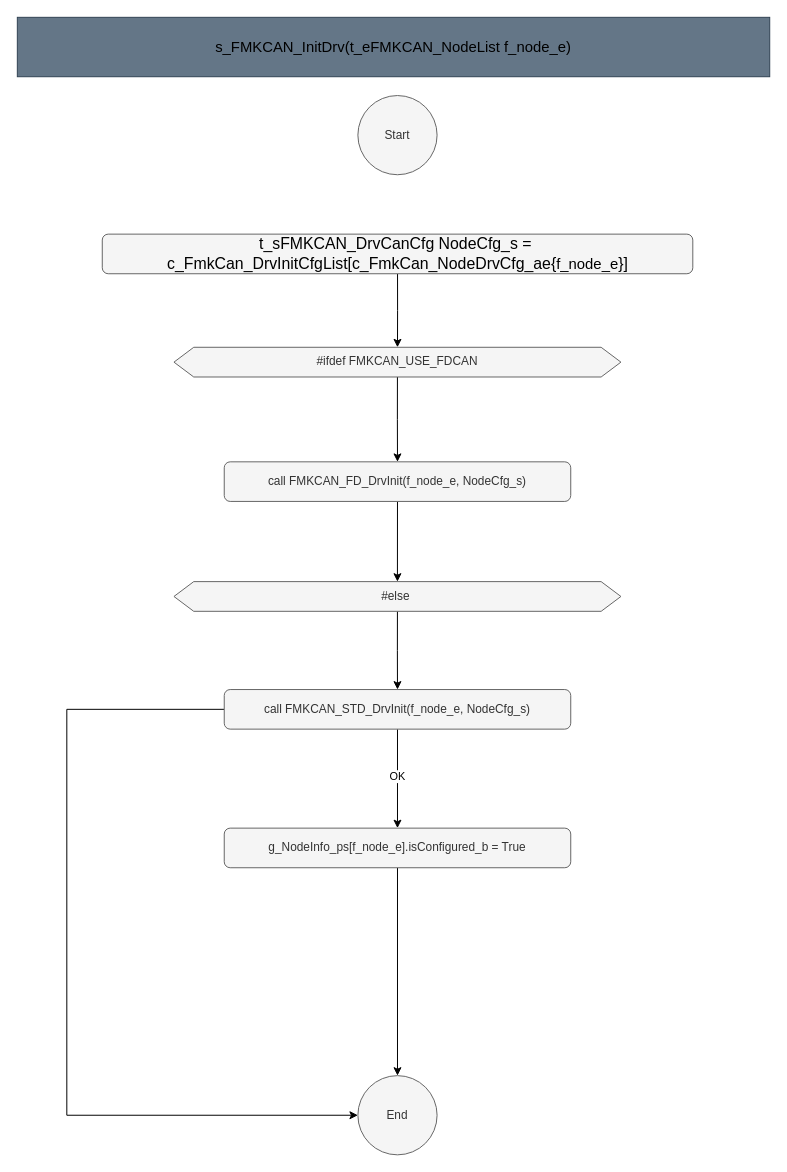
This is page "InitDrv" (5 of 15) of src/1_FMK/FMK_HAL/FMK_CAN/Doc/Architecture/FMK_CAN.drawio from mbarbeau0545/PickersRobotPOC, a draw.io file, before an edit. Source tidied: cells renumbered, new cells numbered last; positions are measured from the earlier drawing's top-left corner, leaving out a move shared by most shapes. Both pictures are drawn from the tidied source at 99%, with x=0, y=0 at pixel (17, 17).
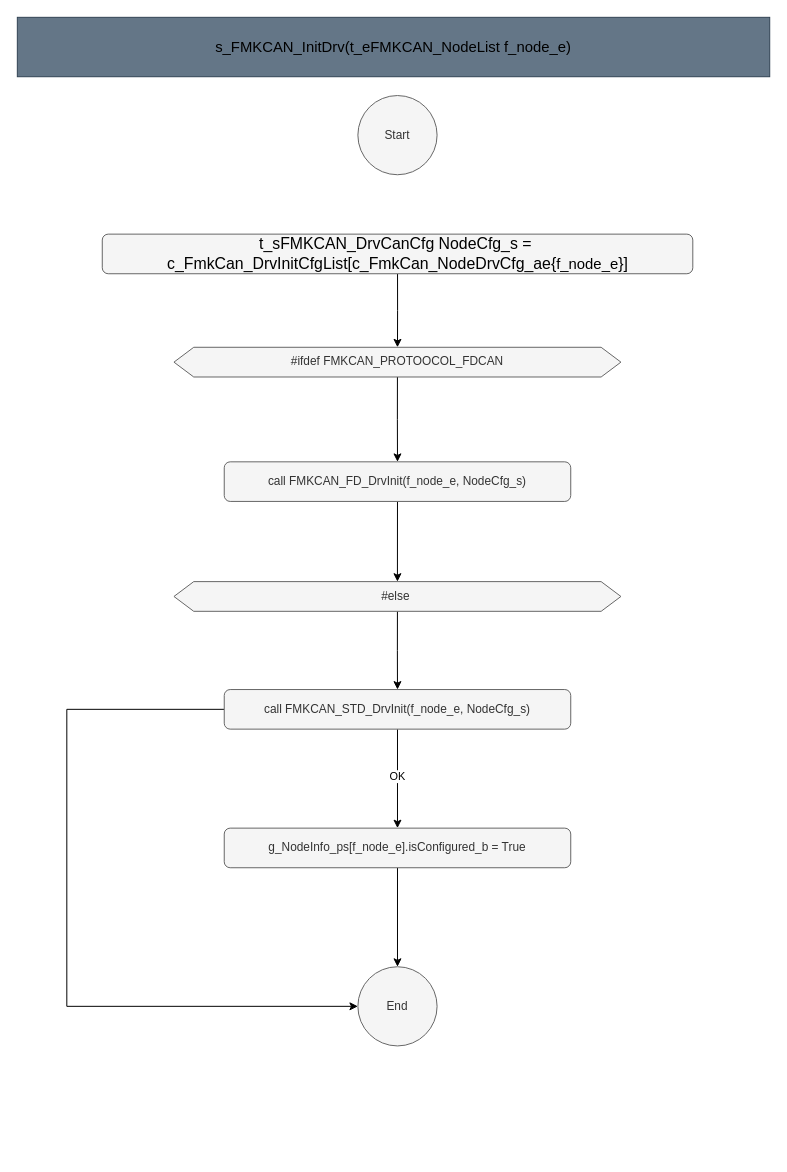
Above is the later version.

Commit message (it also covers changes not shown here):
Work on Can Architecture, Decided to make two Modules CAN one for CAN and other for FDCAN with same Public Structure Name

The change refers to these unchanged cells:
```xml
<mxCell id="16" value="call FMKCAN_STD_DrvInit(f_node_e, NodeCfg_s)" style="rounded=1;whiteSpace=wrap;html=1;fillColor=#f5f5f5;fontColor=#333333;strokeColor=#666666;" parent="1" vertex="1">
  <mxGeometry x="209" y="679" width="350" height="40" as="geometry" />
</mxCell>
```

Diff of the diagram source:
```diff
@@
     <mxCell id="8" value="End" style="ellipse;whiteSpace=wrap;html=1;fillColor=#f5f5f5;fontColor=#333333;strokeColor=#666666;" parent="1" vertex="1">
-      <mxGeometry x="344" y="1069" width="80" height="80" as="geometry" />
+      <mxGeometry x="344" y="959" width="80" height="80" as="geometry" />
     </mxCell>
@@
-    <mxCell id="10" value="#ifdef FMKCAN_USE_FDCAN" style="shape=hexagon;perimeter=hexagonPerimeter2;whiteSpace=wrap;html=1;fixedSize=1;fillColor=#f5f5f5;fontColor=#333333;strokeColor=#666666;" parent="1" vertex="1">
+    <mxCell id="10" value="#ifdef FMKCAN_PROTOOCOL_FDCAN" style="shape=hexagon;perimeter=hexagonPerimeter2;whiteSpace=wrap;html=1;fixedSize=1;fillColor=#f5f5f5;fontColor=#333333;strokeColor=#666666;" parent="1" vertex="1">
       <mxGeometry x="158.2" y="333.3" width="451.5" height="30" as="geometry" />
     </mxCell>
@@
     <mxCell id="15" style="edgeStyle=orthogonalEdgeStyle;rounded=0;jettySize=auto;html=1;exitX=0;exitY=0.5;exitDx=0;exitDy=0;entryX=0;entryY=0.5;entryDx=0;entryDy=0;" parent="1" edge="1" source="16" target="8">
       <mxGeometry relative="1" as="geometry">
         <Array as="points">
           <mxPoint x="50" y="699" />
-          <mxPoint x="50" y="1109" />
+          <mxPoint x="50" y="999" />
         </Array>
       </mxGeometry>
     </mxCell>
```
